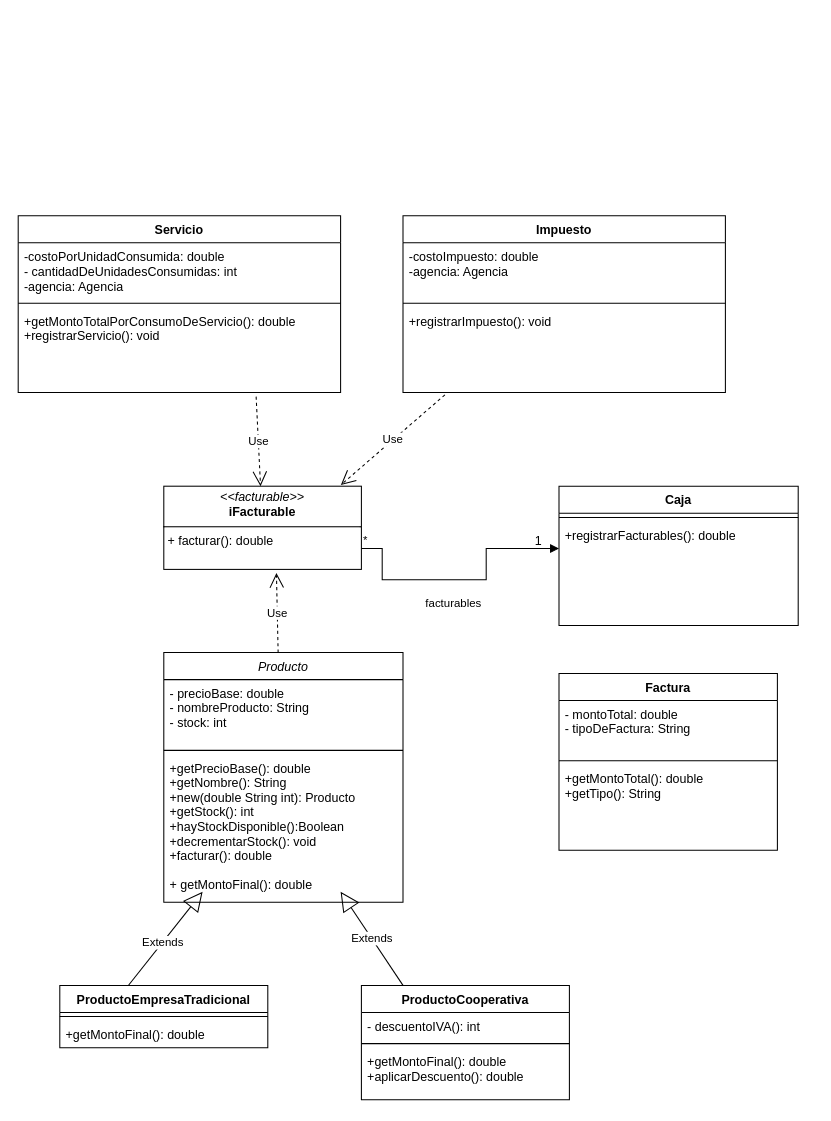
Above: Untitled Diagram.drawio in joacodores/unq-po2-dores (draw.io), before the change. Source tidied: cells renumbered, new cells numbered last; positions are measured from the earlier drawing's top-left corner, leaving out a move shared by most shapes. Both pictures are drawn from the tidied source at 104%, with x=0, y=0 at pixel (18, 215).
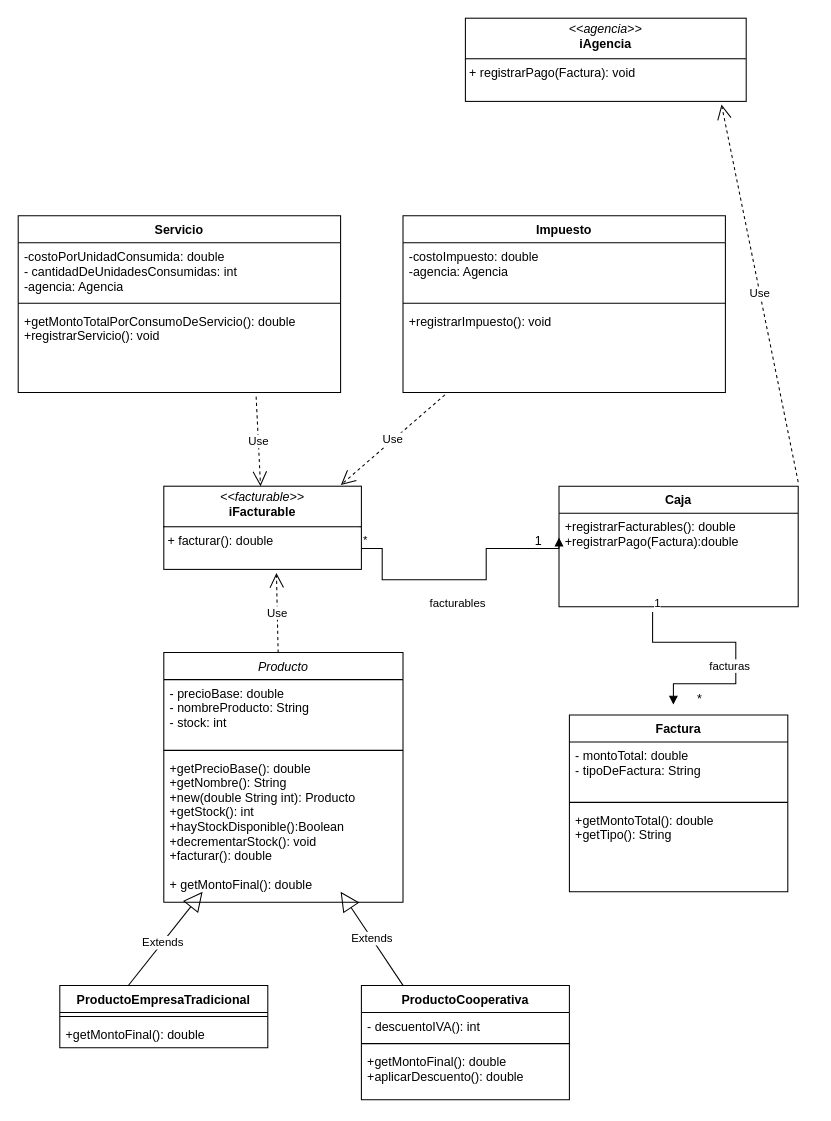
The same page after the edit.

The edit, as a diff of the source:
```diff
@@
     <mxCell id="7" value="Factura" style="swimlane;fontStyle=1;align=center;verticalAlign=top;horizontal=1;startSize=26;whiteSpace=wrap;html=1;" parent="1" vertex="1">
-      <mxGeometry x="520" y="440" width="210" height="170" as="geometry" />
+      <mxGeometry x="530" y="480" width="210" height="170" as="geometry" />
     </mxCell>
@@
     <mxCell id="21" value="Caja" style="swimlane;fontStyle=1;align=center;verticalAlign=top;horizontal=1;startSize=26;whiteSpace=wrap;html=1;" parent="1" vertex="1">
-      <mxGeometry x="520" y="260" width="230" height="134" as="geometry" />
+      <mxGeometry x="520" y="260" width="230" height="116" as="geometry" />
     </mxCell>
-    <mxCell id="22" style="line;strokeWidth=1;fillColor=none;align=left;verticalAlign=middle;spacingTop=-1;spacingLeft=3;spacingRight=3;labelPosition=right;strokeColor=inherit;" parent="21" vertex="1">
-      <mxGeometry y="26" width="230" height="8" as="geometry" />
-    </mxCell>
-    <mxCell id="23" value="+registrarFacturables(): double" style="text;strokeColor=none;fillColor=none;align=left;verticalAlign=top;spacingLeft=4;spacingRight=4;overflow=hidden;points=[[0,0.5],[1,0.5]];portConstraint=eastwest;whiteSpace=wrap;html=1;" parent="21" vertex="1">
-      <mxGeometry y="34" width="230" height="100" as="geometry" />
+    <mxCell id="23" value="&lt;div&gt;&lt;span style=&quot;background-color: transparent; color: light-dark(rgb(0, 0, 0), rgb(255, 255, 255));&quot;&gt;+registrarFacturables(): double&lt;/span&gt;&lt;/div&gt;&lt;div&gt;+registrarPago(Factura):double&lt;/div&gt;" style="text;strokeColor=none;fillColor=none;align=left;verticalAlign=top;spacingLeft=4;spacingRight=4;overflow=hidden;points=[[0,0.5],[1,0.5]];portConstraint=eastwest;whiteSpace=wrap;html=1;" parent="21" vertex="1">
+      <mxGeometry y="26" width="230" height="90" as="geometry" />
     </mxCell>
@@
+    <mxCell id="37" value="Use" style="endArrow=open;endSize=12;dashed=1;html=1;rounded=0;exitX=0.478;exitY=0;exitDx=0;exitDy=0;exitPerimeter=0;entryX=0.912;entryY=1.038;entryDx=0;entryDy=0;entryPerimeter=0;" parent="1" edge="1" target="38">
+      <mxGeometry relative="1" as="geometry">
+        <mxPoint x="750" y="256" as="sourcePoint" />
+      </mxGeometry>
+    </mxCell>
+    <mxCell id="38" value="&lt;p style=&quot;margin:0px;margin-top:4px;text-align:center;&quot;&gt;&lt;i&gt;&amp;lt;&amp;lt;agencia&amp;gt;&amp;gt;&lt;/i&gt;&lt;br&gt;&lt;b&gt;iAgencia&lt;/b&gt;&lt;/p&gt;&lt;hr size=&quot;1&quot; style=&quot;border-style:solid;&quot;&gt;&lt;p style=&quot;margin:0px;margin-left:4px;&quot;&gt;+ registrarPago(Factura): void&lt;br&gt;&lt;br&gt;&lt;/p&gt;&lt;hr size=&quot;1&quot; style=&quot;border-style:solid;&quot;&gt;&lt;p style=&quot;margin:0px;margin-left:4px;&quot;&gt;&lt;br&gt;&lt;/p&gt;" style="verticalAlign=top;align=left;overflow=fill;html=1;whiteSpace=wrap;" parent="1" vertex="1">
+      <mxGeometry x="430" y="-190" width="270" height="80" as="geometry" />
+    </mxCell>
+    <mxCell id="39" value="facturas" style="endArrow=block;endFill=1;html=1;edgeStyle=orthogonalEdgeStyle;align=left;verticalAlign=top;rounded=0;" parent="1" edge="1">
+      <mxGeometry x="-0.28" y="-10" relative="1" as="geometry">
+        <mxPoint x="610" y="381" as="sourcePoint" />
+        <mxPoint x="630" y="470" as="targetPoint" />
+        <Array as="points">
+          <mxPoint x="610" y="410" />
+          <mxPoint x="690" y="410" />
+          <mxPoint x="690" y="450" />
+          <mxPoint x="630" y="450" />
+        </Array>
+      </mxGeometry>
+    </mxCell>
+    <mxCell id="40" value="1" style="edgeLabel;html=1;align=left;verticalAlign=bottom;" parent="39" vertex="1">
+      <mxGeometry x="-1" relative="1" as="geometry" />
+    </mxCell>
+    <mxCell id="41" value="*" style="text;html=1;align=center;verticalAlign=middle;strokeColor=none;fillColor=none;" parent="1" vertex="1">
+      <mxGeometry x="640" y="450" width="30" height="30" as="geometry" />
+    </mxCell>
```
